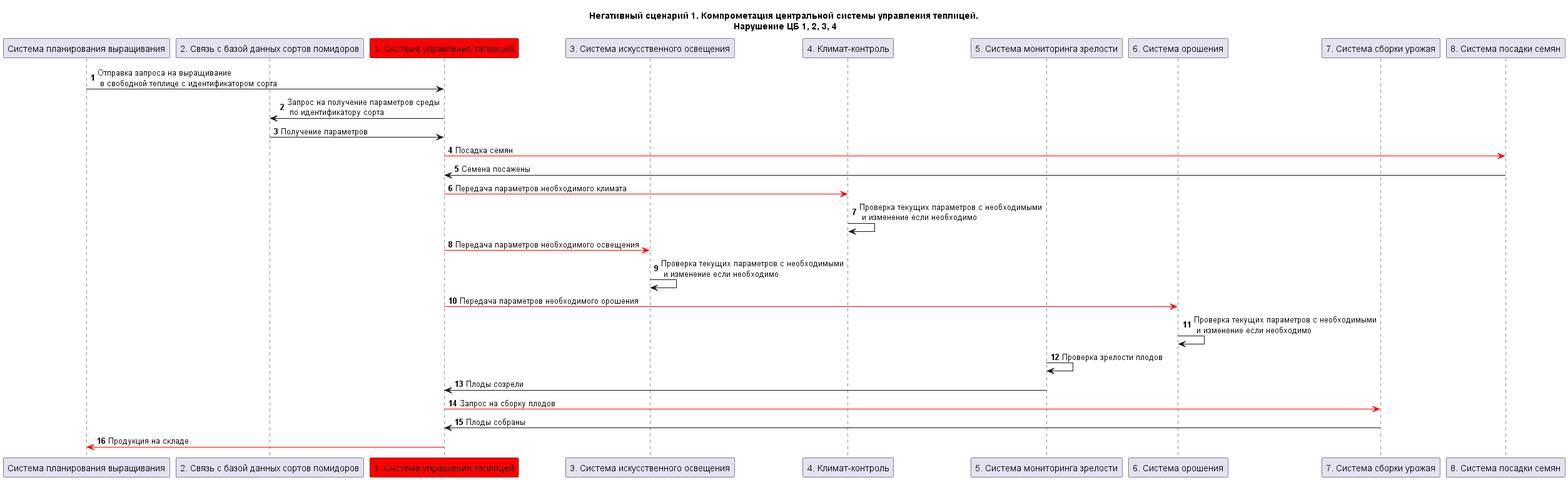
LibSyfer/CyberImmunity keeps this PlantUML diagram as KP/docs/img/ns/NS-1.png. Above is the earlier version. Source of this version:
```plantuml
@startuml "usecases"

title "Негативный сценарий 1. Компрометация центральной системы управления теплицей.\n Нарушение ЦБ 1, 2, 3, 4"

participant "Система планирования выращивания" as growing_manager_system
participant "2. Связь с базой данных сортов помидоров" as tomato_db_connection
participant "1. Система управления теплицей" as greenhouse_manager_system #red
participant "3. Система искусственного освещения" as lighting_system
participant "4. Климат-контроль" as climate_control
participant "5. Система мониторинга зрелости" as maturity_monitoring_system
participant "6. Система орошения" as irrigation_system
participant "7. Система сборки урожая" as harvest_system
participant "8. Система посадки семян" as seed_planting_system

autonumber

growing_manager_system -> greenhouse_manager_system: Отправка запроса на выращивание\n в свободной теплице с идентификатором сорта

greenhouse_manager_system -> tomato_db_connection: Запрос на получение параметров среды\n по идентификатору сорта
tomato_db_connection -> greenhouse_manager_system: Получение параметров

greenhouse_manager_system -[#red]> seed_planting_system: Посадка семян
seed_planting_system -> greenhouse_manager_system: Семена посажены

greenhouse_manager_system -[#red]> climate_control: Передача параметров необходимого климата
climate_control -> climate_control: Проверка текущих параметров с необходимыми\n и изменение если необходимо

greenhouse_manager_system -[#red]> lighting_system: Передача параметров необходимого освещения
lighting_system -> lighting_system: Проверка текущих параметров с необходимыми\n и изменение если необходимо

greenhouse_manager_system -[#red]> irrigation_system: Передача параметров необходимого орошения
irrigation_system -> irrigation_system: Проверка текущих параметров с необходимыми\n и изменение если необходимо

maturity_monitoring_system -> maturity_monitoring_system: Проверка зрелости плодов
maturity_monitoring_system -> greenhouse_manager_system: Плоды созрели

greenhouse_manager_system -[#red]> harvest_system: Запрос на сборку плодов
harvest_system -> greenhouse_manager_system: Плоды собраны

greenhouse_manager_system -[#red]> growing_manager_system: Продукция на складе

@enduml
```
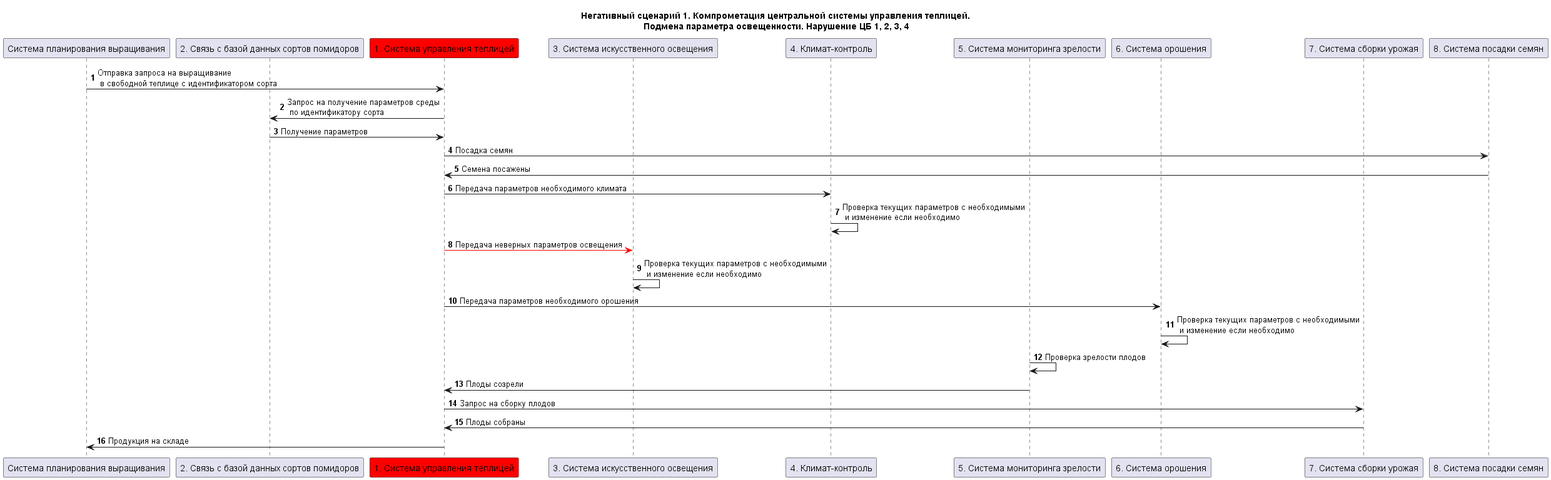
After the change.

The edit, as a diff of the source:
```diff
@@ -1,6 +1,6 @@
 @startuml "usecases"
 
-title "Негативный сценарий 1. Компрометация центральной системы управления теплицей.\n Нарушение ЦБ 1, 2, 3, 4"
+title "Негативный сценарий 1. Компрометация центральной системы управления теплицей.\n Подмена параметра освещенности. Нарушение ЦБ 1, 2, 3, 4"
 
 participant "Система планирования выращивания" as growing_manager_system
 participant "2. Связь с базой данных сортов помидоров" as tomato_db_connection
@@ -19,24 +19,24 @@
 greenhouse_manager_system -> tomato_db_connection: Запрос на получение параметров среды\n по идентификатору сорта
 tomato_db_connection -> greenhouse_manager_system: Получение параметров
 
-greenhouse_manager_system -[#red]> seed_planting_system: Посадка семян
+greenhouse_manager_system -> seed_planting_system: Посадка семян
 seed_planting_system -> greenhouse_manager_system: Семена посажены
 
-greenhouse_manager_system -[#red]> climate_control: Передача параметров необходимого климата
+greenhouse_manager_system -> climate_control: Передача параметров необходимого климата
 climate_control -> climate_control: Проверка текущих параметров с необходимыми\n и изменение если необходимо
 
-greenhouse_manager_system -[#red]> lighting_system: Передача параметров необходимого освещения
+greenhouse_manager_system -[#red]> lighting_system: Передача неверных параметров освещения
 lighting_system -> lighting_system: Проверка текущих параметров с необходимыми\n и изменение если необходимо
 
-greenhouse_manager_system -[#red]> irrigation_system: Передача параметров необходимого орошения
+greenhouse_manager_system -> irrigation_system: Передача параметров необходимого орошения
 irrigation_system -> irrigation_system: Проверка текущих параметров с необходимыми\n и изменение если необходимо
 
 maturity_monitoring_system -> maturity_monitoring_system: Проверка зрелости плодов
 maturity_monitoring_system -> greenhouse_manager_system: Плоды созрели
 
-greenhouse_manager_system -[#red]> harvest_system: Запрос на сборку плодов
+greenhouse_manager_system -> harvest_system: Запрос на сборку плодов
 harvest_system -> greenhouse_manager_system: Плоды собраны
 
-greenhouse_manager_system -[#red]> growing_manager_system: Продукция на складе
+greenhouse_manager_system -> growing_manager_system: Продукция на складе
 
 @enduml
```
